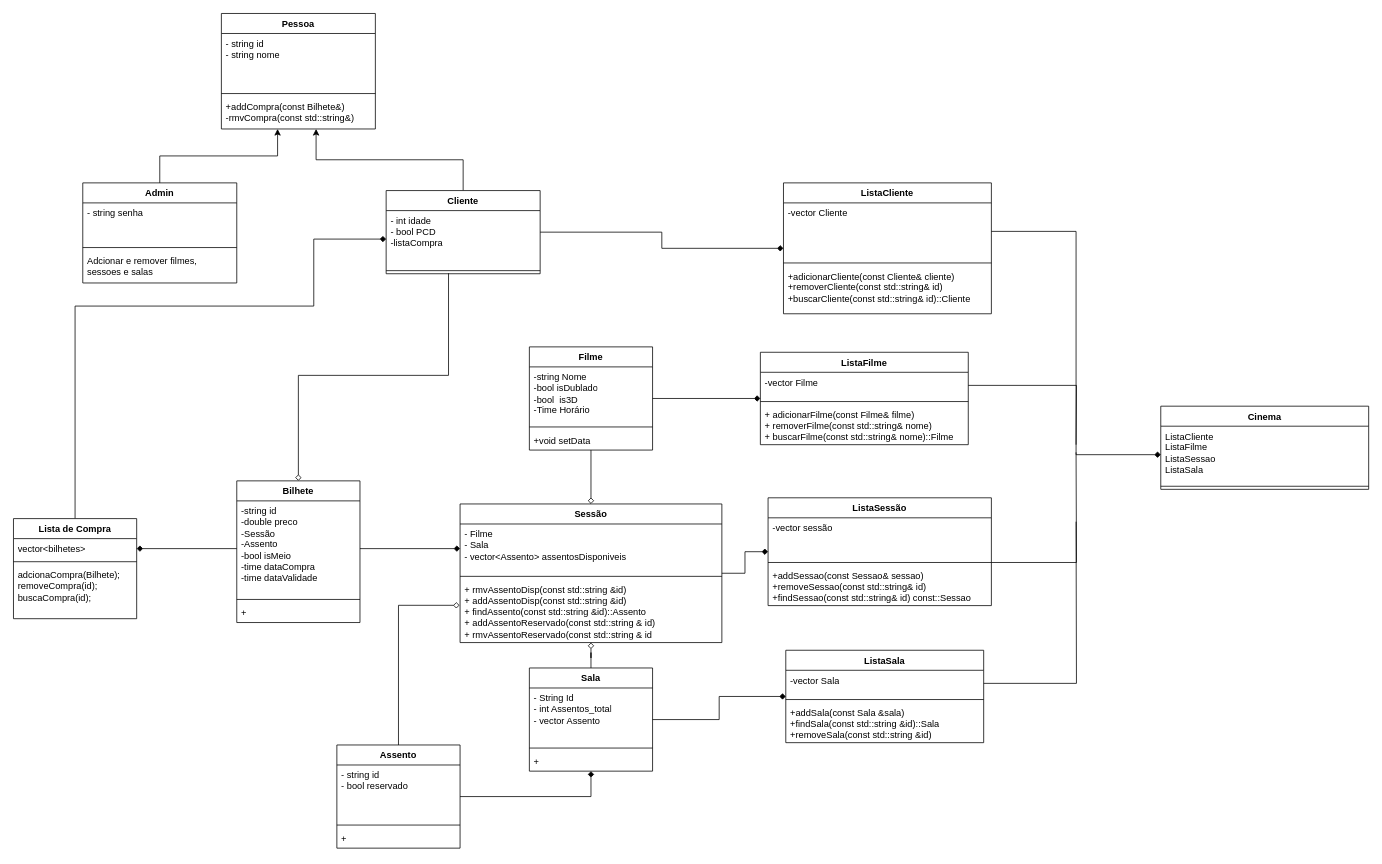
Before: UML-CineCon.drawio in eramoss/CineCon, a draw.io diagram. Source tidied: cells renumbered, new cells numbered last; positions are measured from the earlier drawing's top-left corner, leaving out a move shared by most shapes. Both pictures are drawn from the tidied source at 77%, with x=0, y=0 at pixel (13, 13).
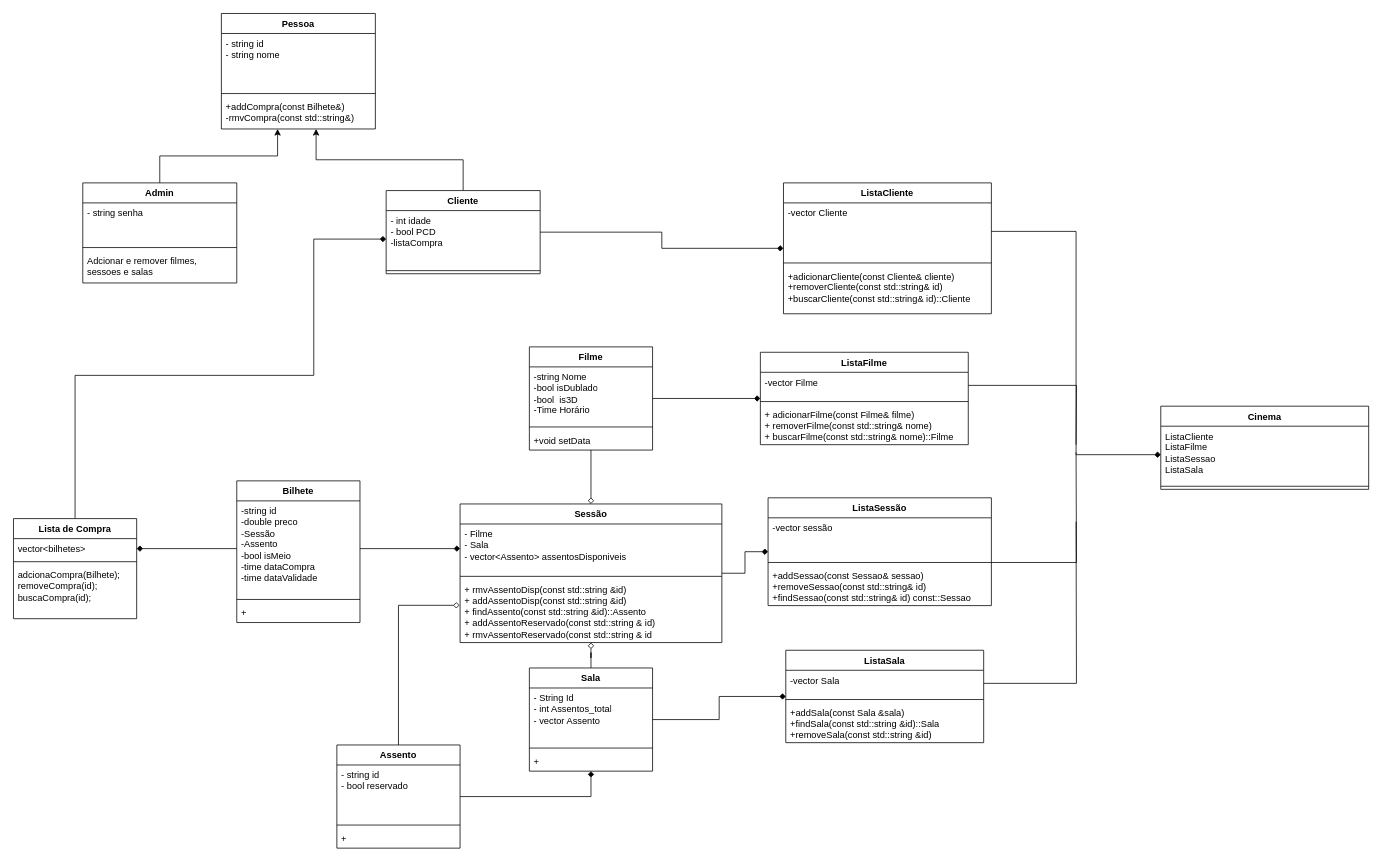
The same diagram, later.

The change refers to these unchanged cells:
```xml
<mxCell id="3" value="Bilhete" style="swimlane;fontStyle=1;align=center;verticalAlign=top;horizontal=1;startSize=26;whiteSpace=wrap;html=1;" parent="1" vertex="1">
  <mxGeometry x="290" y="607" width="160" height="184" as="geometry" />
</mxCell>
<mxCell id="9" value="&lt;div&gt;- int idade&lt;/div&gt;&lt;div&gt;- bool PCD&lt;br&gt;&lt;/div&gt;&lt;div&gt;-listaCompra&lt;br&gt;&lt;/div&gt;" style="text;strokeColor=none;fillColor=none;align=left;verticalAlign=top;spacingLeft=4;spacingRight=4;overflow=hidden;points=[[0,0.5],[1,0.5]];portConstraint=eastwest;whiteSpace=wrap;html=1;" parent="8" vertex="1">
  <mxGeometry y="26" width="200" height="74" as="geometry" />
</mxCell>
<mxCell id="10" style="line;strokeWidth=1;fillColor=none;align=left;verticalAlign=middle;spacingTop=-1;spacingLeft=3;spacingRight=3;labelPosition=right;points=[];portConstraint=eastwest;strokeColor=inherit;" parent="8" vertex="1">
  <mxGeometry y="100" width="200" height="8" as="geometry" />
</mxCell>
<mxCell id="56" value="Lista de Compra" style="swimlane;fontStyle=1;align=center;verticalAlign=top;horizontal=1;startSize=26;whiteSpace=wrap;html=1;" parent="1" vertex="1">
  <mxGeometry y="656" width="160" height="130" as="geometry" />
</mxCell>
```

The edit, as a diff of the source:
```diff
@@
-    <mxCell id="2" style="edgeStyle=orthogonalEdgeStyle;rounded=0;jettySize=auto;html=1;entryX=0.405;entryY=0.934;entryDx=0;entryDy=0;endArrow=none;endFill=0;startArrow=diamond;startFill=0;entryPerimeter=0;" parent="1" edge="1" source="3" target="10">
-      <mxGeometry relative="1" as="geometry">
-        <Array as="points">
-          <mxPoint x="370" y="470" />
-          <mxPoint x="565" y="470" />
-        </Array>
-      </mxGeometry>
-    </mxCell>
@@
     <mxCell id="55" style="edgeStyle=orthogonalEdgeStyle;rounded=0;jettySize=auto;html=1;endArrow=diamond;endFill=1;" parent="1" edge="1" source="56" target="9">
       <mxGeometry relative="1" as="geometry">
         <Array as="points">
-          <mxPoint x="80" y="380" />
-          <mxPoint x="390" y="380" />
+          <mxPoint x="80" y="470" />
+          <mxPoint x="390" y="470" />
           <mxPoint x="390" y="293" />
         </Array>
       </mxGeometry>
     </mxCell>
```
